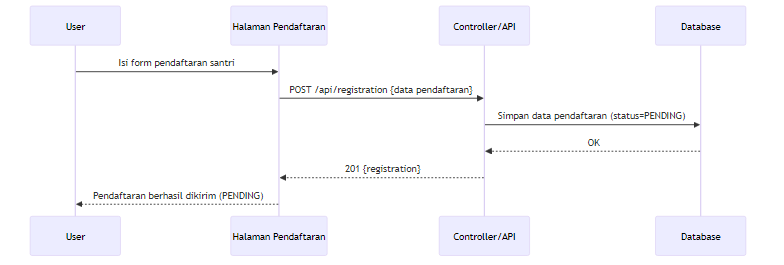
Before: public/diagrams/seq_pendaftaran_user.png, a diagram exported from Mermaid (QilAqil/PPTB_BQ). Its source is kept beside it as diagrams/seq_pendaftaran_user.mmd.
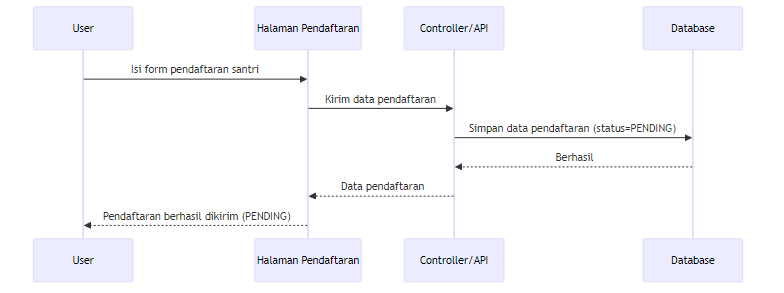
The same file after the commit.

The edit, as a diff of the source:
```diff
@@ -5,8 +5,8 @@
   participant DB as Database
 
   U->>UI: Isi form pendaftaran santri
-  UI->>API: POST /api/registration {data pendaftaran}
+  UI->>API: Kirim data pendaftaran
   API->>DB: Simpan data pendaftaran (status=PENDING)
-  DB-->>API: OK
-  API-->>UI: 201 {registration}
+  DB-->>API: Berhasil
+  API-->>UI: Data pendaftaran
   UI-->>U: Pendaftaran berhasil dikirim (PENDING)
```
